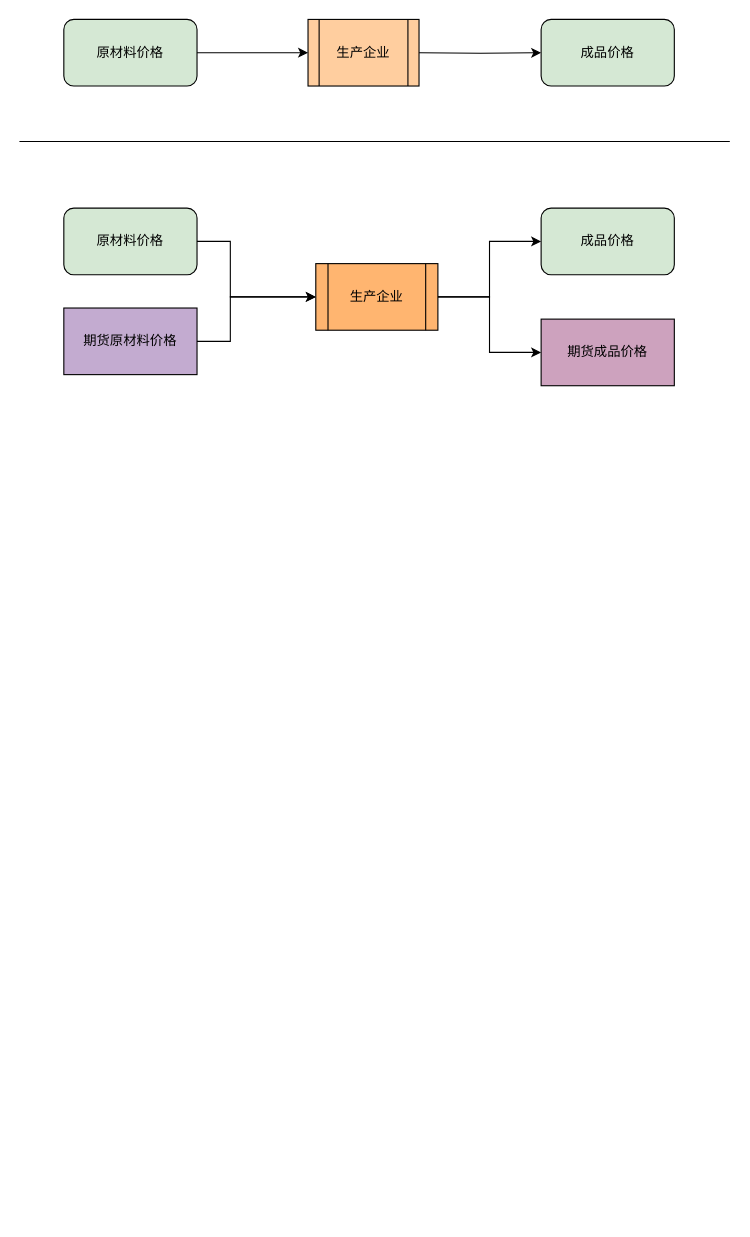
Earlier version of the draw.io diagram Untitled Diagram.drawio (frankyzf/drawio). Source tidied: cells renumbered, new cells numbered last; positions are measured from the earlier drawing's top-left corner, leaving out a move shared by most shapes. Both pictures are drawn from the tidied source at 111%, with x=0, y=0 at pixel (19, 19).
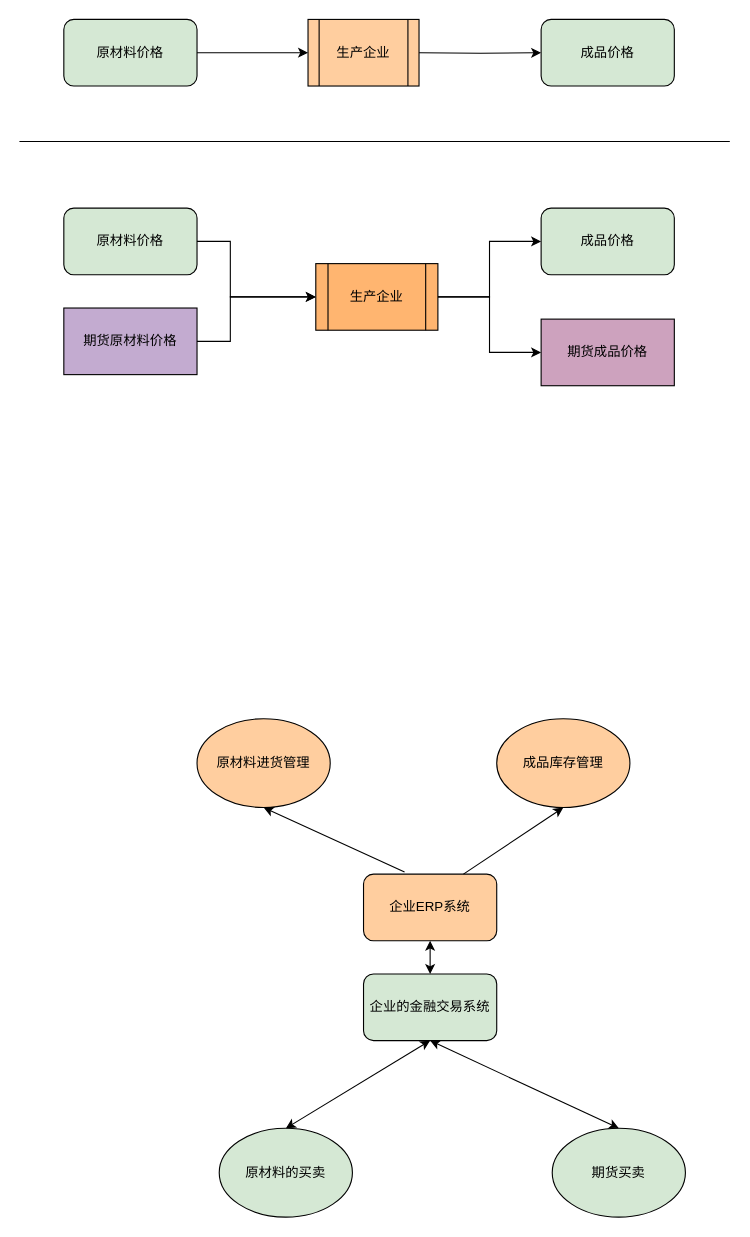
Above is the later version.

Diff of the diagram source:
```diff
@@
+    <mxCell id="17" value="企业ERP系统" style="rounded=1;whiteSpace=wrap;html=1;fillColor=#FFCE9F;" parent="1" vertex="1">
+      <mxGeometry x="310" y="770" width="120" height="60" as="geometry" />
+    </mxCell>
+    <mxCell id="18" value="企业的金融交易系统" style="rounded=1;whiteSpace=wrap;html=1;fillColor=#D5E8D4;" parent="1" vertex="1">
+      <mxGeometry x="310" y="860" width="120" height="60" as="geometry" />
+    </mxCell>
+    <mxCell id="19" value="原材料进货管理" style="ellipse;whiteSpace=wrap;html=1;fillColor=#FFCE9F;" parent="1" vertex="1">
+      <mxGeometry x="160" y="630" width="120" height="80" as="geometry" />
+    </mxCell>
+    <mxCell id="20" value="成品库存管理" style="ellipse;whiteSpace=wrap;html=1;fillColor=#FFCE9F;" parent="1" vertex="1">
+      <mxGeometry x="430" y="630" width="120" height="80" as="geometry" />
+    </mxCell>
+    <mxCell id="21" style="endArrow=classic;html=1;entryX=0.5;entryY=1;entryDx=0;entryDy=0;exitX=0.308;exitY=-0.033;exitDx=0;exitDy=0;exitPerimeter=0;" parent="1" edge="1" source="17" target="19">
+      <mxGeometry relative="1" as="geometry" />
+    </mxCell>
+    <mxCell id="22" style="endArrow=classic;html=1;entryX=0.5;entryY=1;entryDx=0;entryDy=0;exitX=0.75;exitY=0;exitDx=0;exitDy=0;" parent="1" edge="1" source="17" target="20">
+      <mxGeometry relative="1" as="geometry" />
+    </mxCell>
+    <mxCell id="23" value="原材料的买卖" style="ellipse;whiteSpace=wrap;html=1;fillColor=#D5E8D4;" parent="1" vertex="1">
+      <mxGeometry x="180" y="999" width="120" height="80" as="geometry" />
+    </mxCell>
+    <mxCell id="24" value="期货买卖" style="ellipse;whiteSpace=wrap;html=1;fillColor=#D5E8D4;" parent="1" vertex="1">
+      <mxGeometry x="480" y="999" width="120" height="80" as="geometry" />
+    </mxCell>
+    <mxCell id="25" style="endArrow=classic;startArrow=classic;html=1;exitX=0.5;exitY=0;exitDx=0;exitDy=0;" parent="1" edge="1" source="18">
+      <mxGeometry relative="1" as="geometry">
+        <mxPoint x="370" y="830" as="targetPoint" />
+      </mxGeometry>
+    </mxCell>
+    <mxCell id="26" style="endArrow=classic;startArrow=classic;html=1;entryX=0.5;entryY=1;entryDx=0;entryDy=0;exitX=0.5;exitY=0;exitDx=0;exitDy=0;" parent="1" edge="1" source="23" target="18">
+      <mxGeometry relative="1" as="geometry" />
+    </mxCell>
+    <mxCell id="27" style="endArrow=classic;startArrow=classic;html=1;exitX=0.5;exitY=0;exitDx=0;exitDy=0;" parent="1" edge="1" source="24">
+      <mxGeometry relative="1" as="geometry">
+        <mxPoint x="370" y="920" as="targetPoint" />
+      </mxGeometry>
+    </mxCell>
```
